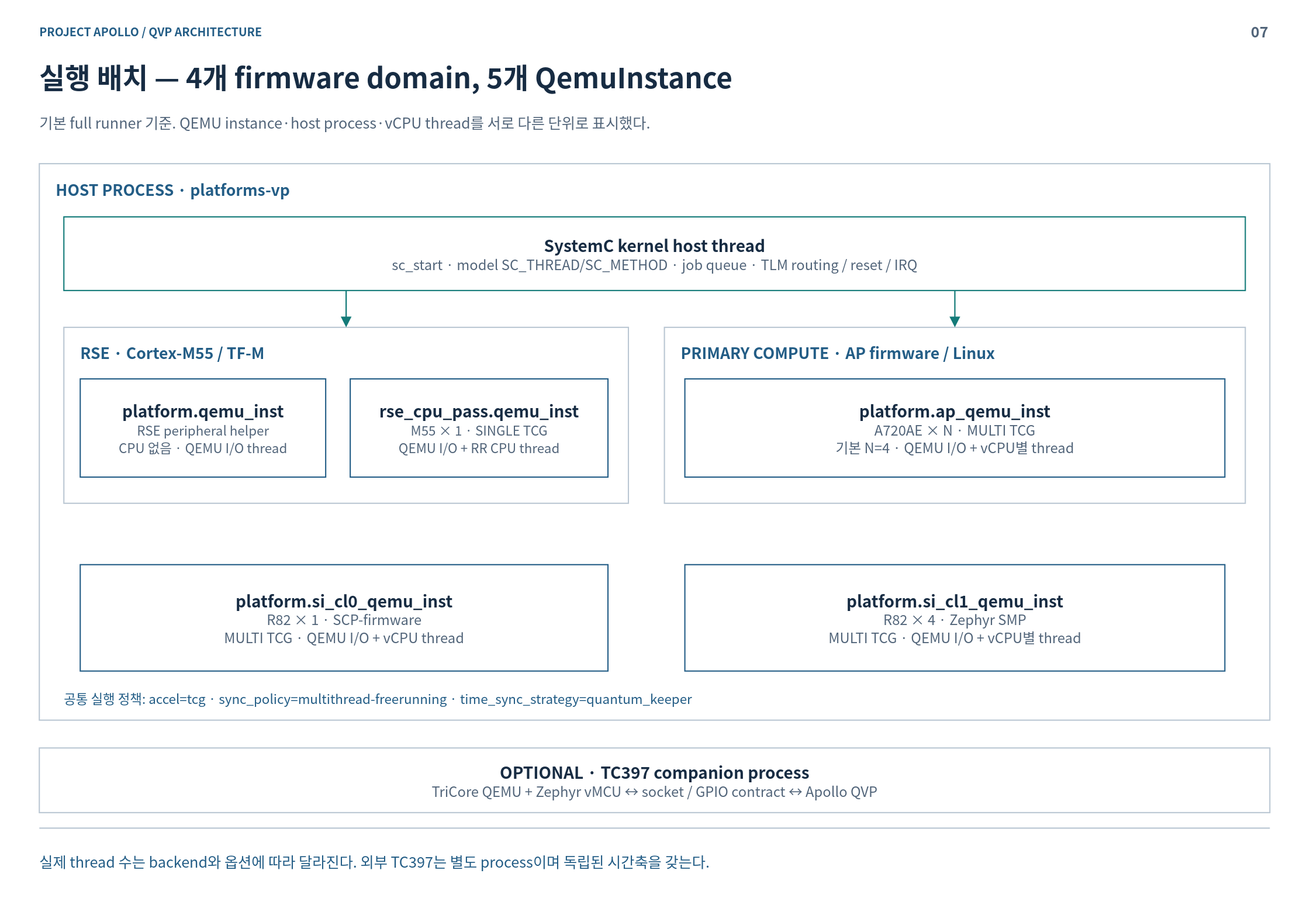
Earlier version of the draw.io export doc/phase1/qbox/diagrams/07-execution-domains.drawio.svg (cometzero/project-apollo). Source tidied: cells renumbered, new cells last; positions are measured from the earlier drawing's top-left corner, leaving out a move shared by most shapes.
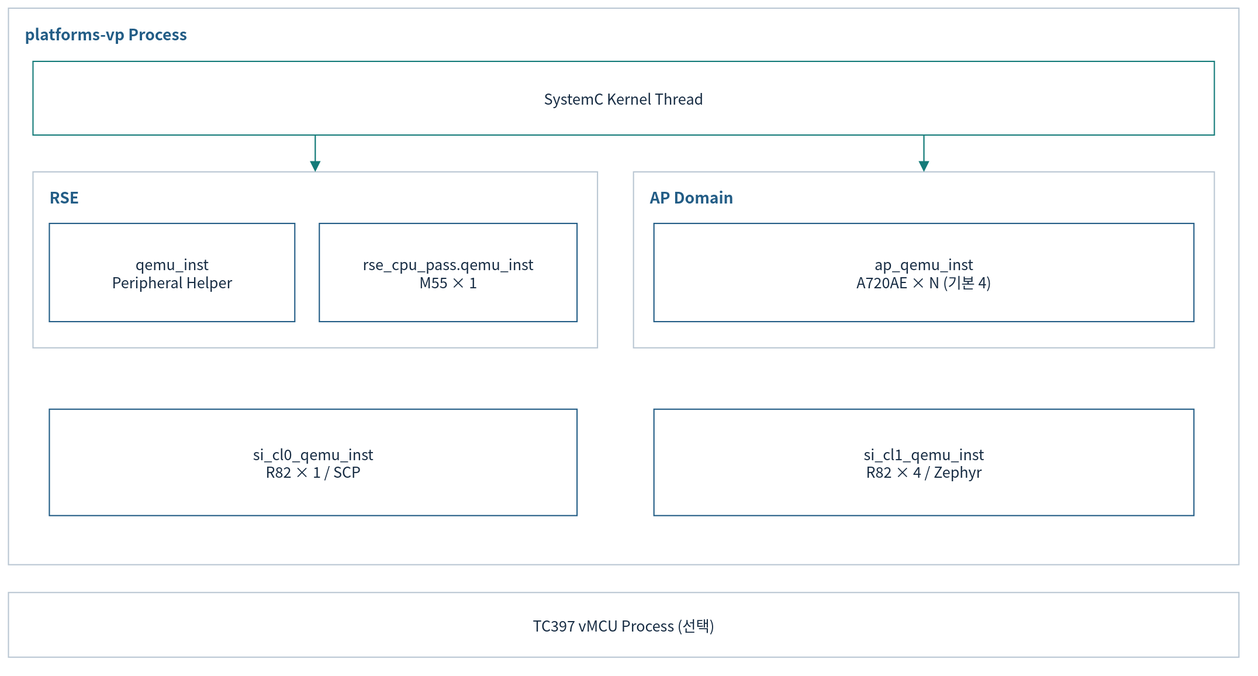
Above is the later version.

The edit, as a diff of the source:
```diff
@@ -2,64 +2,40 @@
   <root>
     <mxCell id="0" />
     <mxCell id="1" parent="0" />
-    <mxCell id="2" style="rounded=0;whiteSpace=wrap;html=1;fillColor=#FFFFFF;strokeColor=none;strokeWidth=1.5;fontColor=#172C43;fontFamily=Noto Sans CJK KR;fontSize=18;spacing=14;" parent="1" vertex="1">
-      <mxGeometry width="1600" height="1100" as="geometry" />
-    </mxCell>
-    <mxCell id="3" value="PROJECT APOLLO  /  QVP ARCHITECTURE" style="rounded=0;whiteSpace=wrap;html=1;fillColor=#FFFFFF;strokeColor=none;strokeWidth=1.5;fontColor=#172C43;fontFamily=Noto Sans CJK KR;fontSize=18;spacing=14;fillColor=none;align=left;verticalAlign=middle;spacing=0;fontSize=14;fontColor=#235D86;fontStyle=1;" parent="1" vertex="1">
-      <mxGeometry x="48" y="26" width="1400" height="24" as="geometry" />
-    </mxCell>
-    <mxCell id="4" value="07" style="rounded=0;whiteSpace=wrap;html=1;fillColor=#FFFFFF;strokeColor=none;strokeWidth=1.5;fontColor=#172C43;fontFamily=Noto Sans CJK KR;fontSize=18;spacing=14;fillColor=none;align=right;verticalAlign=middle;spacing=0;fontSize=18;fontColor=#52657A;fontStyle=1;" parent="1" vertex="1">
-      <mxGeometry x="1485" y="23" width="65" height="30" as="geometry" />
-    </mxCell>
-    <mxCell id="5" value="실행 배치 — 4개 firmware domain, 5개 QemuInstance" style="rounded=0;whiteSpace=wrap;html=1;fillColor=#FFFFFF;strokeColor=none;strokeWidth=1.5;fontColor=#172C43;fontFamily=Noto Sans CJK KR;fontSize=18;spacing=14;fillColor=none;align=left;verticalAlign=middle;spacing=0;fontSize=34;fontColor=#172C43;fontStyle=1;" parent="1" vertex="1">
-      <mxGeometry x="48" y="67" width="1504" height="54" as="geometry" />
-    </mxCell>
-    <mxCell id="6" value="기본 full runner 기준. QEMU instance·host process·vCPU thread를 서로 다른 단위로 표시했다." style="rounded=0;whiteSpace=wrap;html=1;fillColor=#FFFFFF;strokeColor=none;strokeWidth=1.5;fontColor=#172C43;fontFamily=Noto Sans CJK KR;fontSize=18;spacing=14;fillColor=none;align=left;verticalAlign=middle;spacing=0;fontSize=18;fontColor=#52657A;" parent="1" vertex="1">
-      <mxGeometry x="48" y="127" width="1504" height="44" as="geometry" />
-    </mxCell>
-    <mxCell id="7" style="html=1;rounded=0;edgeStyle=none;endArrow=none;endSize=9;strokeColor=#BAC7D3;strokeWidth=1.6;fontColor=#BAC7D3;fontFamily=Noto Sans CJK KR;fontSize=15;labelBackgroundColor=#FFFFFF;" parent="1" edge="1">
-      <mxGeometry relative="1" as="geometry">
-        <mxPoint x="48" y="1012" as="sourcePoint" />
-        <mxPoint x="1552" y="1012" as="targetPoint" />
-      </mxGeometry>
-    </mxCell>
-    <mxCell id="8" value="실제 thread 수는 backend와 옵션에 따라 달라진다. 외부 TC397는 별도 process이며 독립된 시간축을 갖는다." style="rounded=0;whiteSpace=wrap;html=1;fillColor=#FFFFFF;strokeColor=none;strokeWidth=1.5;fontColor=#172C43;fontFamily=Noto Sans CJK KR;fontSize=18;spacing=14;fillColor=none;align=left;verticalAlign=middle;spacing=0;fontSize=18;fontColor=#235D86;" parent="1" vertex="1">
-      <mxGeometry x="48" y="1026" width="1504" height="52" as="geometry" />
-    </mxCell>
     <mxCell id="9" style="rounded=0;whiteSpace=wrap;html=1;fillColor=#FFFFFF;strokeColor=#BAC7D3;strokeWidth=1.5;fontColor=#172C43;fontFamily=Noto Sans CJK KR;fontSize=18;spacing=14;" parent="1" vertex="1">
       <mxGeometry x="48" y="200" width="1504" height="680" as="geometry" />
     </mxCell>
-    <mxCell id="10" value="HOST PROCESS  ·  platforms-vp" style="rounded=0;whiteSpace=wrap;html=1;fillColor=#FFFFFF;strokeColor=none;strokeWidth=1.5;fontColor=#172C43;fontFamily=Noto Sans CJK KR;fontSize=18;spacing=14;fillColor=none;align=left;verticalAlign=middle;spacing=0;fontSize=19;fontColor=#235D86;fontStyle=1;" parent="1" vertex="1">
+    <mxCell id="10" value="platforms-vp Process" style="rounded=0;whiteSpace=wrap;html=1;fillColor=#FFFFFF;strokeColor=none;strokeWidth=1.5;fontColor=#172C43;fontFamily=Noto Sans CJK KR;fontSize=18;spacing=14;fillColor=none;align=left;verticalAlign=middle;spacing=0;fontSize=19;fontColor=#235D86;fontStyle=1;" parent="1" vertex="1">
       <mxGeometry x="68" y="215" width="1464" height="32" as="geometry" />
     </mxCell>
-    <mxCell id="11" value="&lt;b style=&quot;font-size:20px&quot;&gt;SystemC kernel host thread&lt;/b&gt;&lt;br&gt;&lt;font color=&quot;#52657A&quot; style=&quot;font-size:17px&quot;&gt;sc_start · model SC_THREAD/SC_METHOD · job queue · TLM routing / reset / IRQ&lt;/font&gt;" style="rounded=0;whiteSpace=wrap;html=1;fillColor=#FFFFFF;strokeColor=#147B79;strokeWidth=1.5;fontColor=#172C43;fontFamily=Noto Sans CJK KR;fontSize=18;spacing=14;" parent="1" vertex="1">
+    <mxCell id="11" value="SystemC Kernel Thread" style="rounded=0;whiteSpace=wrap;html=1;fillColor=#FFFFFF;strokeColor=#147B79;strokeWidth=1.5;fontColor=#172C43;fontFamily=Noto Sans CJK KR;fontSize=18;spacing=14;" parent="1" vertex="1">
       <mxGeometry x="78" y="265" width="1444" height="90" as="geometry" />
     </mxCell>
     <mxCell id="12" style="rounded=0;whiteSpace=wrap;html=1;fillColor=#FFFFFF;strokeColor=#BAC7D3;strokeWidth=1.5;fontColor=#172C43;fontFamily=Noto Sans CJK KR;fontSize=18;spacing=14;" parent="1" vertex="1">
       <mxGeometry x="78" y="400" width="690" height="215" as="geometry" />
     </mxCell>
-    <mxCell id="13" value="RSE  ·  Cortex-M55 / TF-M" style="rounded=0;whiteSpace=wrap;html=1;fillColor=#FFFFFF;strokeColor=none;strokeWidth=1.5;fontColor=#172C43;fontFamily=Noto Sans CJK KR;fontSize=18;spacing=14;fillColor=none;align=left;verticalAlign=middle;spacing=0;fontSize=19;fontColor=#235D86;fontStyle=1;" parent="1" vertex="1">
+    <mxCell id="13" value="RSE" style="rounded=0;whiteSpace=wrap;html=1;fillColor=#FFFFFF;strokeColor=none;strokeWidth=1.5;fontColor=#172C43;fontFamily=Noto Sans CJK KR;fontSize=18;spacing=14;fillColor=none;align=left;verticalAlign=middle;spacing=0;fontSize=19;fontColor=#235D86;fontStyle=1;" parent="1" vertex="1">
       <mxGeometry x="98" y="415" width="650" height="32" as="geometry" />
     </mxCell>
-    <mxCell id="14" value="&lt;b style=&quot;font-size:20px&quot;&gt;platform.qemu_inst&lt;/b&gt;&lt;br&gt;&lt;font color=&quot;#52657A&quot; style=&quot;font-size:16px&quot;&gt;RSE peripheral helper&lt;br&gt;CPU 없음 · QEMU I/O thread&lt;/font&gt;" style="rounded=0;whiteSpace=wrap;html=1;fillColor=#FFFFFF;strokeColor=#235D86;strokeWidth=1.5;fontColor=#172C43;fontFamily=Noto Sans CJK KR;fontSize=18;spacing=14;" parent="1" vertex="1">
+    <mxCell id="14" value="qemu_inst&lt;br&gt;Peripheral Helper" style="rounded=0;whiteSpace=wrap;html=1;fillColor=#FFFFFF;strokeColor=#235D86;strokeWidth=1.5;fontColor=#172C43;fontFamily=Noto Sans CJK KR;fontSize=18;spacing=14;" parent="1" vertex="1">
       <mxGeometry x="98" y="463" width="300" height="120" as="geometry" />
     </mxCell>
-    <mxCell id="15" value="&lt;b style=&quot;font-size:20px&quot;&gt;rse_cpu_pass.qemu_inst&lt;/b&gt;&lt;br&gt;&lt;font color=&quot;#52657A&quot; style=&quot;font-size:16px&quot;&gt;M55 × 1 · SINGLE TCG&lt;br&gt;QEMU I/O + RR CPU thread&lt;/font&gt;" style="rounded=0;whiteSpace=wrap;html=1;fillColor=#FFFFFF;strokeColor=#235D86;strokeWidth=1.5;fontColor=#172C43;fontFamily=Noto Sans CJK KR;fontSize=18;spacing=14;" parent="1" vertex="1">
+    <mxCell id="15" value="rse_cpu_pass.qemu_inst&lt;br&gt;M55 × 1" style="rounded=0;whiteSpace=wrap;html=1;fillColor=#FFFFFF;strokeColor=#235D86;strokeWidth=1.5;fontColor=#172C43;fontFamily=Noto Sans CJK KR;fontSize=18;spacing=14;" parent="1" vertex="1">
       <mxGeometry x="428" y="463" width="315" height="120" as="geometry" />
     </mxCell>
     <mxCell id="16" style="rounded=0;whiteSpace=wrap;html=1;fillColor=#FFFFFF;strokeColor=#BAC7D3;strokeWidth=1.5;fontColor=#172C43;fontFamily=Noto Sans CJK KR;fontSize=18;spacing=14;" parent="1" vertex="1">
       <mxGeometry x="812" y="400" width="710" height="215" as="geometry" />
     </mxCell>
-    <mxCell id="17" value="PRIMARY COMPUTE  ·  AP firmware / Linux" style="rounded=0;whiteSpace=wrap;html=1;fillColor=#FFFFFF;strokeColor=none;strokeWidth=1.5;fontColor=#172C43;fontFamily=Noto Sans CJK KR;fontSize=18;spacing=14;fillColor=none;align=left;verticalAlign=middle;spacing=0;fontSize=19;fontColor=#235D86;fontStyle=1;" parent="1" vertex="1">
+    <mxCell id="17" value="AP Domain" style="rounded=0;whiteSpace=wrap;html=1;fillColor=#FFFFFF;strokeColor=none;strokeWidth=1.5;fontColor=#172C43;fontFamily=Noto Sans CJK KR;fontSize=18;spacing=14;fillColor=none;align=left;verticalAlign=middle;spacing=0;fontSize=19;fontColor=#235D86;fontStyle=1;" parent="1" vertex="1">
       <mxGeometry x="832" y="415" width="670" height="32" as="geometry" />
     </mxCell>
-    <mxCell id="18" value="&lt;b style=&quot;font-size:20px&quot;&gt;platform.ap_qemu_inst&lt;/b&gt;&lt;br&gt;&lt;font color=&quot;#52657A&quot; style=&quot;font-size:17px&quot;&gt;A720AE × N · MULTI TCG&lt;br&gt;기본 N=4 · QEMU I/O + vCPU별 thread&lt;/font&gt;" style="rounded=0;whiteSpace=wrap;html=1;fillColor=#FFFFFF;strokeColor=#235D86;strokeWidth=1.5;fontColor=#172C43;fontFamily=Noto Sans CJK KR;fontSize=18;spacing=14;" parent="1" vertex="1">
+    <mxCell id="18" value="ap_qemu_inst&lt;br&gt;A720AE × N (기본 4)" style="rounded=0;whiteSpace=wrap;html=1;fillColor=#FFFFFF;strokeColor=#235D86;strokeWidth=1.5;fontColor=#172C43;fontFamily=Noto Sans CJK KR;fontSize=18;spacing=14;" parent="1" vertex="1">
       <mxGeometry x="837" y="463" width="660" height="120" as="geometry" />
     </mxCell>
-    <mxCell id="19" value="&lt;b style=&quot;font-size:20px&quot;&gt;platform.si_cl0_qemu_inst&lt;/b&gt;&lt;br&gt;&lt;font color=&quot;#52657A&quot; style=&quot;font-size:17px&quot;&gt;R82 × 1 · SCP-firmware&lt;br&gt;MULTI TCG · QEMU I/O + vCPU thread&lt;/font&gt;" style="rounded=0;whiteSpace=wrap;html=1;fillColor=#FFFFFF;strokeColor=#235D86;strokeWidth=1.5;fontColor=#172C43;fontFamily=Noto Sans CJK KR;fontSize=18;spacing=14;" parent="1" vertex="1">
+    <mxCell id="19" value="si_cl0_qemu_inst&lt;br&gt;R82 × 1 / SCP" style="rounded=0;whiteSpace=wrap;html=1;fillColor=#FFFFFF;strokeColor=#235D86;strokeWidth=1.5;fontColor=#172C43;fontFamily=Noto Sans CJK KR;fontSize=18;spacing=14;" parent="1" vertex="1">
       <mxGeometry x="98" y="690" width="645" height="130" as="geometry" />
     </mxCell>
-    <mxCell id="20" value="&lt;b style=&quot;font-size:20px&quot;&gt;platform.si_cl1_qemu_inst&lt;/b&gt;&lt;br&gt;&lt;font color=&quot;#52657A&quot; style=&quot;font-size:17px&quot;&gt;R82 × 4 · Zephyr SMP&lt;br&gt;MULTI TCG · QEMU I/O + vCPU별 thread&lt;/font&gt;" style="rounded=0;whiteSpace=wrap;html=1;fillColor=#FFFFFF;strokeColor=#235D86;strokeWidth=1.5;fontColor=#172C43;fontFamily=Noto Sans CJK KR;fontSize=18;spacing=14;" parent="1" vertex="1">
+    <mxCell id="20" value="si_cl1_qemu_inst&lt;br&gt;R82 × 4 / Zephyr" style="rounded=0;whiteSpace=wrap;html=1;fillColor=#FFFFFF;strokeColor=#235D86;strokeWidth=1.5;fontColor=#172C43;fontFamily=Noto Sans CJK KR;fontSize=18;spacing=14;" parent="1" vertex="1">
       <mxGeometry x="837" y="690" width="660" height="130" as="geometry" />
     </mxCell>
     <mxCell id="21" style="html=1;rounded=0;edgeStyle=none;endArrow=block;endSize=9;strokeColor=#147B79;strokeWidth=1.6;fontColor=#147B79;fontFamily=Noto Sans CJK KR;fontSize=15;labelBackgroundColor=#FFFFFF;" parent="1" edge="1">
@@ -74,10 +50,7 @@
         <mxPoint x="1167" y="400" as="targetPoint" />
       </mxGeometry>
     </mxCell>
-    <mxCell id="23" value="공통 실행 정책: accel=tcg · sync_policy=multithread-freerunning · time_sync_strategy=quantum_keeper" style="rounded=0;whiteSpace=wrap;html=1;fillColor=#FFFFFF;strokeColor=none;strokeWidth=1.5;fontColor=#172C43;fontFamily=Noto Sans CJK KR;fontSize=18;spacing=14;fillColor=none;align=left;verticalAlign=middle;spacing=0;fontSize=16;fontColor=#235D86;" parent="1" vertex="1">
-      <mxGeometry x="78" y="840" width="1444" height="26" as="geometry" />
-    </mxCell>
-    <mxCell id="24" value="&lt;b style=&quot;font-size:20px&quot;&gt;OPTIONAL  ·  TC397 companion process&lt;/b&gt;&lt;br&gt;&lt;font color=&quot;#52657A&quot; style=&quot;font-size:17px&quot;&gt;TriCore QEMU + Zephyr vMCU  ↔  socket / GPIO contract  ↔  Apollo QVP&lt;/font&gt;" style="rounded=0;whiteSpace=wrap;html=1;fillColor=#FFFFFF;strokeColor=#BAC7D3;strokeWidth=1.5;fontColor=#172C43;fontFamily=Noto Sans CJK KR;fontSize=18;spacing=14;" parent="1" vertex="1">
+    <mxCell id="24" value="TC397 vMCU Process (선택)" style="rounded=0;whiteSpace=wrap;html=1;fillColor=#FFFFFF;strokeColor=#BAC7D3;strokeWidth=1.5;fontColor=#172C43;fontFamily=Noto Sans CJK KR;fontSize=18;spacing=14;" parent="1" vertex="1">
       <mxGeometry x="48" y="914" width="1504" height="79" as="geometry" />
     </mxCell>
   </root>
```
